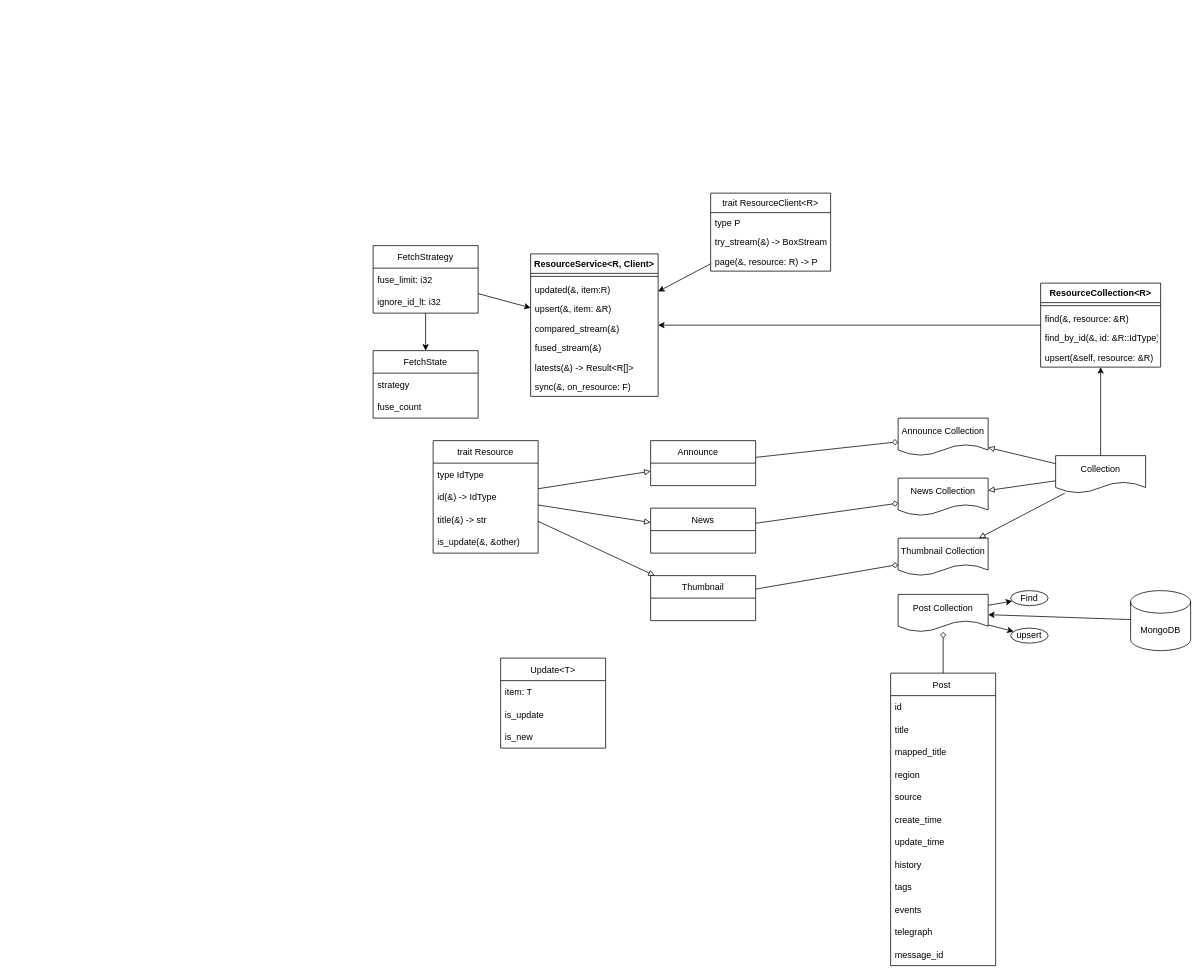
Earlier version of the draw.io diagram structure.drawio (KiruyaMomochi/priconne-bot-rs). Source tidied: cells renumbered, new cells numbered last; positions are measured from the earlier drawing's top-left corner, leaving out a move shared by most shapes. Both pictures are drawn from the tidied source at 75%, with x=0, y=0 at pixel (373, 193).
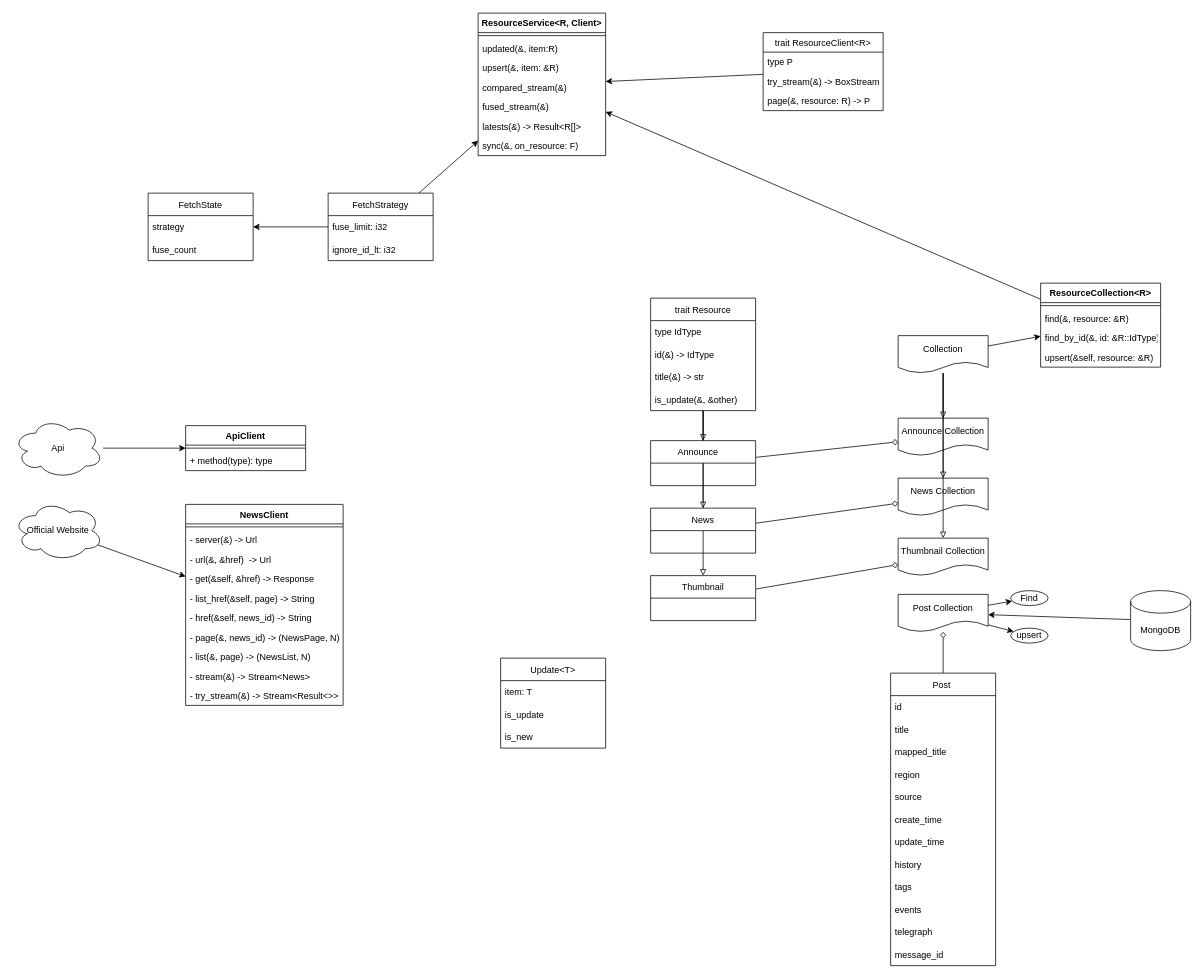
The same diagram, later.

Diff of the diagram source:
```diff
@@
     <mxCell id="27" value="trait Resource" style="swimlane;fontStyle=0;horizontal=1;startSize=30;" parent="1" vertex="1">
-      <mxGeometry x="80" y="330" width="140" height="150" as="geometry" />
+      <mxGeometry x="370" y="140" width="140" height="150" as="geometry" />
     </mxCell>
@@
     <mxCell id="49" value="ResourceService&lt;R, Client&gt;" style="swimlane;fontStyle=1;align=center;verticalAlign=top;horizontal=1;startSize=26;" parent="1" vertex="1">
-      <mxGeometry x="210" y="81" width="170" height="190" as="geometry" />
+      <mxGeometry x="140" y="-240" width="170" height="190" as="geometry" />
     </mxCell>
@@
     <mxCell id="60" value="FetchStrategy" style="swimlane;fontStyle=0;horizontal=1;startSize=30;" parent="1" vertex="1">
-      <mxGeometry y="70" width="140" height="90" as="geometry" />
+      <mxGeometry x="-60" width="140" height="90" as="geometry" />
     </mxCell>
@@
     <mxCell id="63" value="FetchState" style="swimlane;fontStyle=0;horizontal=1;startSize=30;" parent="1" vertex="1">
-      <mxGeometry y="210" width="140" height="90" as="geometry" />
+      <mxGeometry x="-300" width="140" height="90" as="geometry" />
     </mxCell>
@@
     <mxCell id="67" value="trait ResourceClient&lt;R&gt;" style="swimlane;fontStyle=0;align=center;verticalAlign=top;horizontal=1;startSize=26;" parent="1" vertex="1">
-      <mxGeometry x="450" width="160" height="104" as="geometry" />
+      <mxGeometry x="520" y="-214" width="160" height="104" as="geometry" />
     </mxCell>
@@
     <mxCell id="75" value="Collection" style="shape=document;whiteSpace=wrap;html=1;boundedLbl=1;" parent="1" vertex="1">
-      <mxGeometry x="910" y="350" width="120" height="50" as="geometry" />
+      <mxGeometry x="700" y="190" width="120" height="50" as="geometry" />
     </mxCell>
+    <mxCell id="76" style="edgeStyle=none;rounded=0;jettySize=auto;html=1;" parent="1" edge="1" source="77" target="91">
+      <mxGeometry relative="1" as="geometry" />
+    </mxCell>
+    <mxCell id="77" value="Api" style="ellipse;shape=cloud;whiteSpace=wrap;html=1;" parent="1" vertex="1">
+      <mxGeometry x="-480" y="300" width="120" height="80" as="geometry" />
+    </mxCell>
+    <mxCell id="78" style="rounded=0;jettySize=auto;html=1;" parent="1" edge="1" source="79" target="80">
+      <mxGeometry relative="1" as="geometry" />
+    </mxCell>
+    <mxCell id="79" value="Official Website" style="ellipse;shape=cloud;whiteSpace=wrap;html=1;" parent="1" vertex="1">
+      <mxGeometry x="-480" y="410" width="120" height="80" as="geometry" />
+    </mxCell>
+    <mxCell id="80" value="NewsClient" style="swimlane;fontStyle=1;align=center;verticalAlign=top;horizontal=1;startSize=26;" parent="1" vertex="1">
+      <mxGeometry x="-250" y="415" width="210" height="268" as="geometry" />
+    </mxCell>
+    <mxCell id="81" style="line;strokeWidth=1;fillColor=none;align=left;verticalAlign=middle;spacingTop=-1;spacingLeft=3;spacingRight=3;labelPosition=right;" parent="80" vertex="1">
+      <mxGeometry y="26" width="210" height="8" as="geometry" />
+    </mxCell>
+    <mxCell id="82" value="- server(&amp;) -&gt; Url" style="text;strokeColor=none;fillColor=none;align=left;verticalAlign=top;spacingLeft=4;spacingRight=4;overflow=hidden;" parent="80" vertex="1">
+      <mxGeometry y="34" width="210" height="26" as="geometry" />
+    </mxCell>
+    <mxCell id="83" value="- url(&amp;, &amp;href)  -&gt; Url" style="text;strokeColor=none;fillColor=none;align=left;verticalAlign=top;spacingLeft=4;spacingRight=4;overflow=hidden;" parent="80" vertex="1">
+      <mxGeometry y="60" width="210" height="26" as="geometry" />
+    </mxCell>
+    <mxCell id="84" value="- get(&amp;self, &amp;href) -&gt; Response" style="text;strokeColor=none;fillColor=none;align=left;verticalAlign=top;spacingLeft=4;spacingRight=4;overflow=hidden;" parent="80" vertex="1">
+      <mxGeometry y="86" width="210" height="26" as="geometry" />
+    </mxCell>
+    <mxCell id="85" value="- list_href(&amp;self, page) -&gt; String" style="text;strokeColor=none;fillColor=none;align=left;verticalAlign=top;spacingLeft=4;spacingRight=4;overflow=hidden;" parent="80" vertex="1">
+      <mxGeometry y="112" width="210" height="26" as="geometry" />
+    </mxCell>
+    <mxCell id="86" value="- href(&amp;self, news_id) -&gt; String" style="text;strokeColor=none;fillColor=none;align=left;verticalAlign=top;spacingLeft=4;spacingRight=4;overflow=hidden;" parent="80" vertex="1">
+      <mxGeometry y="138" width="210" height="26" as="geometry" />
+    </mxCell>
+    <mxCell id="87" value="- page(&amp;, news_id) -&gt; (NewsPage, N)" style="text;strokeColor=none;fillColor=none;align=left;verticalAlign=top;spacingLeft=4;spacingRight=4;overflow=hidden;" parent="80" vertex="1">
+      <mxGeometry y="164" width="210" height="26" as="geometry" />
+    </mxCell>
+    <mxCell id="88" value="- list(&amp;, page) -&gt; (NewsList, N)" style="text;strokeColor=none;fillColor=none;align=left;verticalAlign=top;spacingLeft=4;spacingRight=4;overflow=hidden;" parent="80" vertex="1">
+      <mxGeometry y="190" width="210" height="26" as="geometry" />
+    </mxCell>
+    <mxCell id="89" value="- stream(&amp;) -&gt; Stream&lt;News&gt;" style="text;strokeColor=none;fillColor=none;align=left;verticalAlign=top;spacingLeft=4;spacingRight=4;overflow=hidden;" parent="80" vertex="1">
+      <mxGeometry y="216" width="210" height="26" as="geometry" />
+    </mxCell>
+    <mxCell id="90" value="- try_stream(&amp;) -&gt; Stream&lt;Result&lt;&gt;&gt;" style="text;strokeColor=none;fillColor=none;align=left;verticalAlign=top;spacingLeft=4;spacingRight=4;overflow=hidden;" parent="80" vertex="1">
+      <mxGeometry y="242" width="210" height="26" as="geometry" />
+    </mxCell>
+    <mxCell id="91" value="ApiClient" style="swimlane;fontStyle=1;align=center;verticalAlign=top;horizontal=1;startSize=26;" parent="1" vertex="1">
+      <mxGeometry x="-250" y="310" width="160" height="60" as="geometry" />
+    </mxCell>
+    <mxCell id="92" style="line;strokeWidth=1;fillColor=none;align=left;verticalAlign=middle;spacingTop=-1;spacingLeft=3;spacingRight=3;labelPosition=right;" parent="91" vertex="1">
+      <mxGeometry y="26" width="160" height="8" as="geometry" />
+    </mxCell>
+    <mxCell id="93" value="+ method(type): type" style="text;strokeColor=none;fillColor=none;align=left;verticalAlign=top;spacingLeft=4;spacingRight=4;overflow=hidden;" parent="91" vertex="1">
+      <mxGeometry y="34" width="160" height="26" as="geometry" />
+    </mxCell>
```
